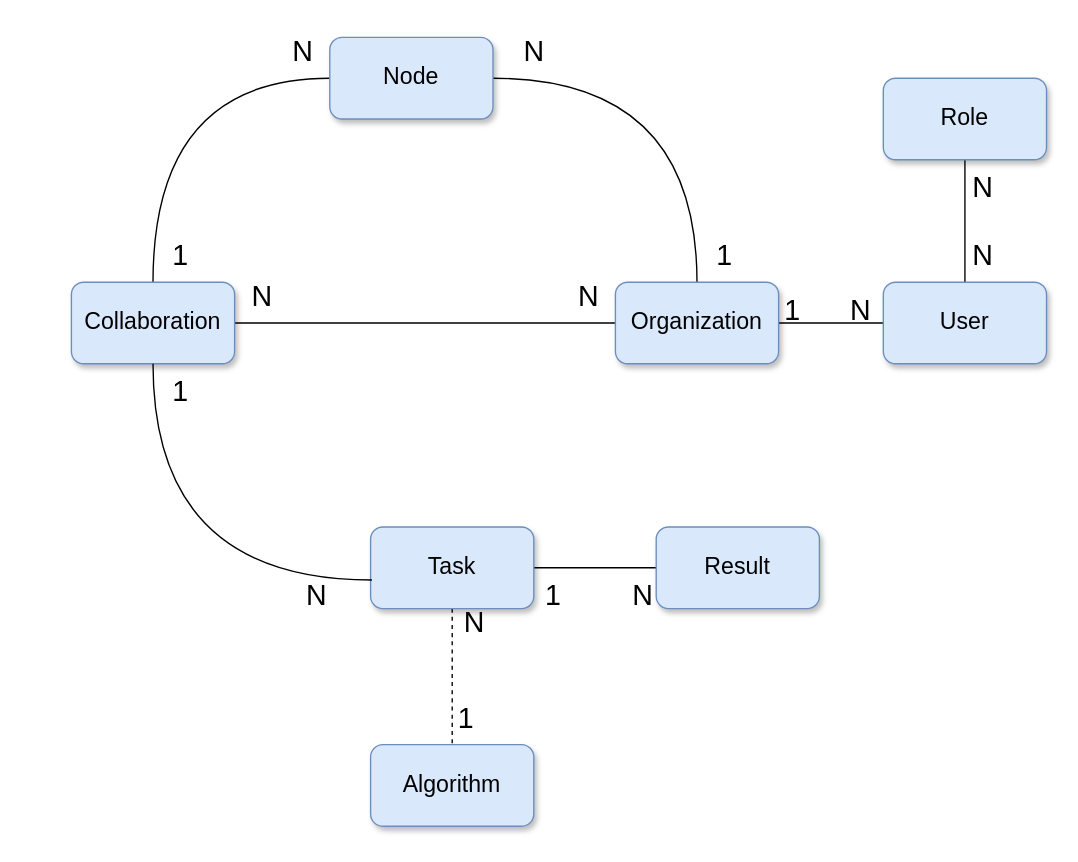
The draw.io diagram page "cmap" (2 of 2) of schematics/diagrams.drawio in vantage6/vantage6-workshop, before the edit. Source tidied: cells renumbered, new cells numbered last; positions are measured from the earlier drawing's top-left corner, leaving out a move shared by most shapes. Both pictures are drawn from the tidied source at 136%, with x=0, y=0 at pixel (71, 23).
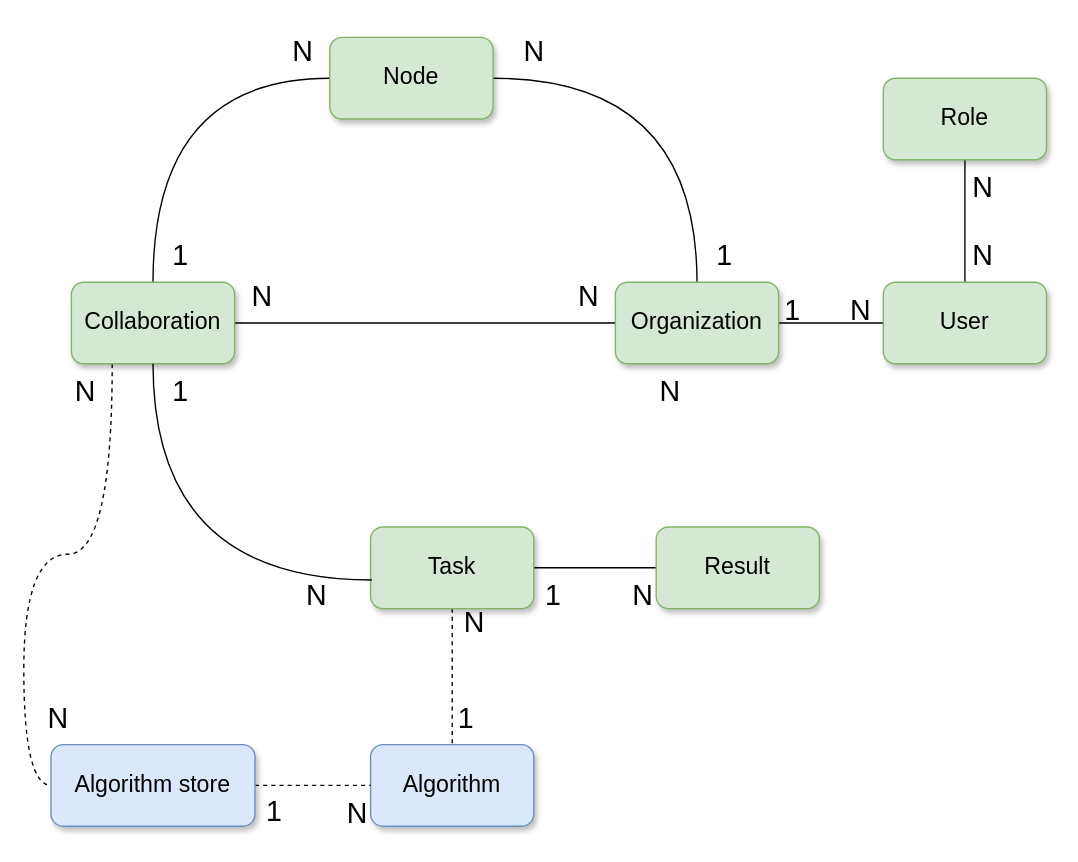
After the change.

Unchanged cells that the change refers to:
```xml
<mxCell id="31" value="Algorithm" style="rounded=1;whiteSpace=wrap;html=1;shadow=1;fontSize=17;fillColor=#dae8fc;strokeColor=#6c8ebf;" parent="1" vertex="1">
  <mxGeometry x="220" y="530" width="120" height="60" as="geometry" />
</mxCell>
```

What changed in the source:
```diff
@@
+    <mxCell id="34" style="edgeStyle=orthogonalEdgeStyle;rounded=0;jettySize=auto;html=1;entryX=0;entryY=0.5;entryDx=0;entryDy=0;curved=1;exitX=0.25;exitY=1;exitDx=0;exitDy=0;dashed=1;endArrow=none;endFill=0;" parent="1" edge="1" source="4" target="36">
+      <mxGeometry relative="1" as="geometry" />
+    </mxCell>
-    <mxCell id="4" value="Collaboration" style="rounded=1;whiteSpace=wrap;html=1;shadow=1;fontSize=17;fillColor=#dae8fc;strokeColor=#6c8ebf;" parent="1" vertex="1">
+    <mxCell id="4" value="Collaboration" style="rounded=1;whiteSpace=wrap;html=1;shadow=1;fontSize=17;fillColor=#d5e8d4;strokeColor=#82b366;" parent="1" vertex="1">
       <mxGeometry y="190" width="120" height="60" as="geometry" />
     </mxCell>
@@
-    <mxCell id="6" value="Node" style="rounded=1;whiteSpace=wrap;html=1;shadow=1;fontSize=17;fillColor=#dae8fc;strokeColor=#6c8ebf;" parent="1" vertex="1">
+    <mxCell id="6" value="Node" style="rounded=1;whiteSpace=wrap;html=1;shadow=1;fontSize=17;fillColor=#d5e8d4;strokeColor=#82b366;" parent="1" vertex="1">
       <mxGeometry x="190" y="10" width="120" height="60" as="geometry" />
     </mxCell>
@@
-    <mxCell id="8" value="Organization" style="rounded=1;whiteSpace=wrap;html=1;shadow=1;fontSize=17;fillColor=#dae8fc;strokeColor=#6c8ebf;" parent="1" vertex="1">
+    <mxCell id="8" value="Organization" style="rounded=1;whiteSpace=wrap;html=1;shadow=1;fontSize=17;fillColor=#d5e8d4;strokeColor=#82b366;" parent="1" vertex="1">
       <mxGeometry x="400" y="190" width="120" height="60" as="geometry" />
     </mxCell>
@@
-    <mxCell id="11" value="Task" style="rounded=1;whiteSpace=wrap;html=1;shadow=1;fontSize=17;fillColor=#dae8fc;strokeColor=#6c8ebf;" parent="1" vertex="1">
+    <mxCell id="11" value="Task" style="rounded=1;whiteSpace=wrap;html=1;shadow=1;fontSize=17;fillColor=#d5e8d4;strokeColor=#82b366;" parent="1" vertex="1">
       <mxGeometry x="220" y="370" width="120" height="60" as="geometry" />
     </mxCell>
-    <mxCell id="12" value="Result" style="rounded=1;whiteSpace=wrap;html=1;shadow=1;fontSize=17;fillColor=#dae8fc;strokeColor=#6c8ebf;" parent="1" vertex="1">
+    <mxCell id="12" value="Result" style="rounded=1;whiteSpace=wrap;html=1;shadow=1;fontSize=17;fillColor=#d5e8d4;strokeColor=#82b366;" parent="1" vertex="1">
       <mxGeometry x="430" y="370" width="120" height="60" as="geometry" />
     </mxCell>
@@
-    <mxCell id="25" value="User" style="rounded=1;whiteSpace=wrap;html=1;shadow=1;fontSize=17;fillColor=#dae8fc;strokeColor=#6c8ebf;" parent="1" vertex="1">
+    <mxCell id="25" value="User" style="rounded=1;whiteSpace=wrap;html=1;shadow=1;fontSize=17;fillColor=#d5e8d4;strokeColor=#82b366;" parent="1" vertex="1">
       <mxGeometry x="597" y="190" width="120" height="60" as="geometry" />
     </mxCell>
-    <mxCell id="26" value="Role" style="rounded=1;whiteSpace=wrap;html=1;shadow=1;fontSize=17;fillColor=#dae8fc;strokeColor=#6c8ebf;" parent="1" vertex="1">
+    <mxCell id="26" value="Role" style="rounded=1;whiteSpace=wrap;html=1;shadow=1;fontSize=17;fillColor=#d5e8d4;strokeColor=#82b366;" parent="1" vertex="1">
       <mxGeometry x="597" y="40" width="120" height="60" as="geometry" />
     </mxCell>
@@
+    <mxCell id="35" style="edgeStyle=orthogonalEdgeStyle;rounded=0;jettySize=auto;html=1;entryX=0;entryY=0.5;entryDx=0;entryDy=0;dashed=1;endArrow=none;endFill=0;" parent="1" edge="1" source="36" target="31">
+      <mxGeometry relative="1" as="geometry" />
+    </mxCell>
+    <mxCell id="36" value="Algorithm store" style="rounded=1;whiteSpace=wrap;html=1;shadow=1;fontSize=17;fillColor=#dae8fc;strokeColor=#6c8ebf;" parent="1" vertex="1">
+      <mxGeometry x="-15" y="530" width="150" height="60" as="geometry" />
+    </mxCell>
+    <mxCell id="37" value="N" style="text;html=1;align=center;verticalAlign=middle;strokeColor=none;fillColor=none;fontSize=21;" parent="1" vertex="1">
+      <mxGeometry x="-10" y="250" width="40" height="40" as="geometry" />
+    </mxCell>
+    <mxCell id="38" value="N" style="text;html=1;align=center;verticalAlign=middle;strokeColor=none;fillColor=none;fontSize=21;" parent="1" vertex="1">
+      <mxGeometry x="420" y="250" width="40" height="40" as="geometry" />
+    </mxCell>
+    <mxCell id="39" value="N" style="text;html=1;align=center;verticalAlign=middle;strokeColor=none;fillColor=none;fontSize=21;" parent="1" vertex="1">
+      <mxGeometry x="190" y="560" width="40" height="40" as="geometry" />
+    </mxCell>
+    <mxCell id="40" value="N" style="text;html=1;align=center;verticalAlign=middle;strokeColor=none;fillColor=none;fontSize=21;" parent="1" vertex="1">
+      <mxGeometry x="-30" y="490" width="40" height="40" as="geometry" />
+    </mxCell>
+    <mxCell id="41" value="1" style="text;html=1;align=center;verticalAlign=middle;strokeColor=none;fillColor=none;fontSize=21;" parent="1" vertex="1">
+      <mxGeometry x="129" y="559" width="40" height="40" as="geometry" />
+    </mxCell>
```
